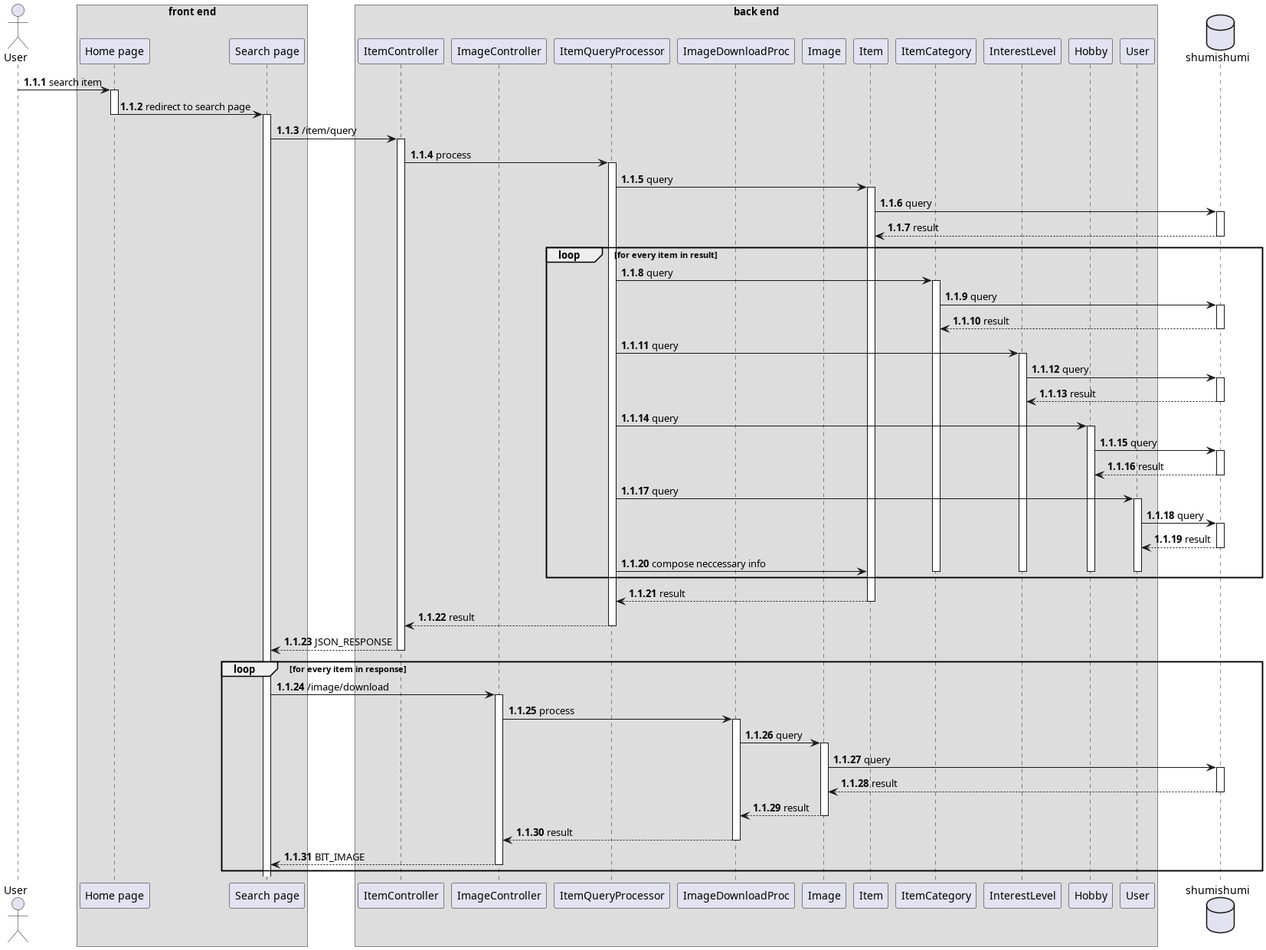
The PlantUML diagram thesis/latex/diagram/sequence diagram/9. search item/search item.png in aldihsuhandi/skripsi-2023, before a commit.
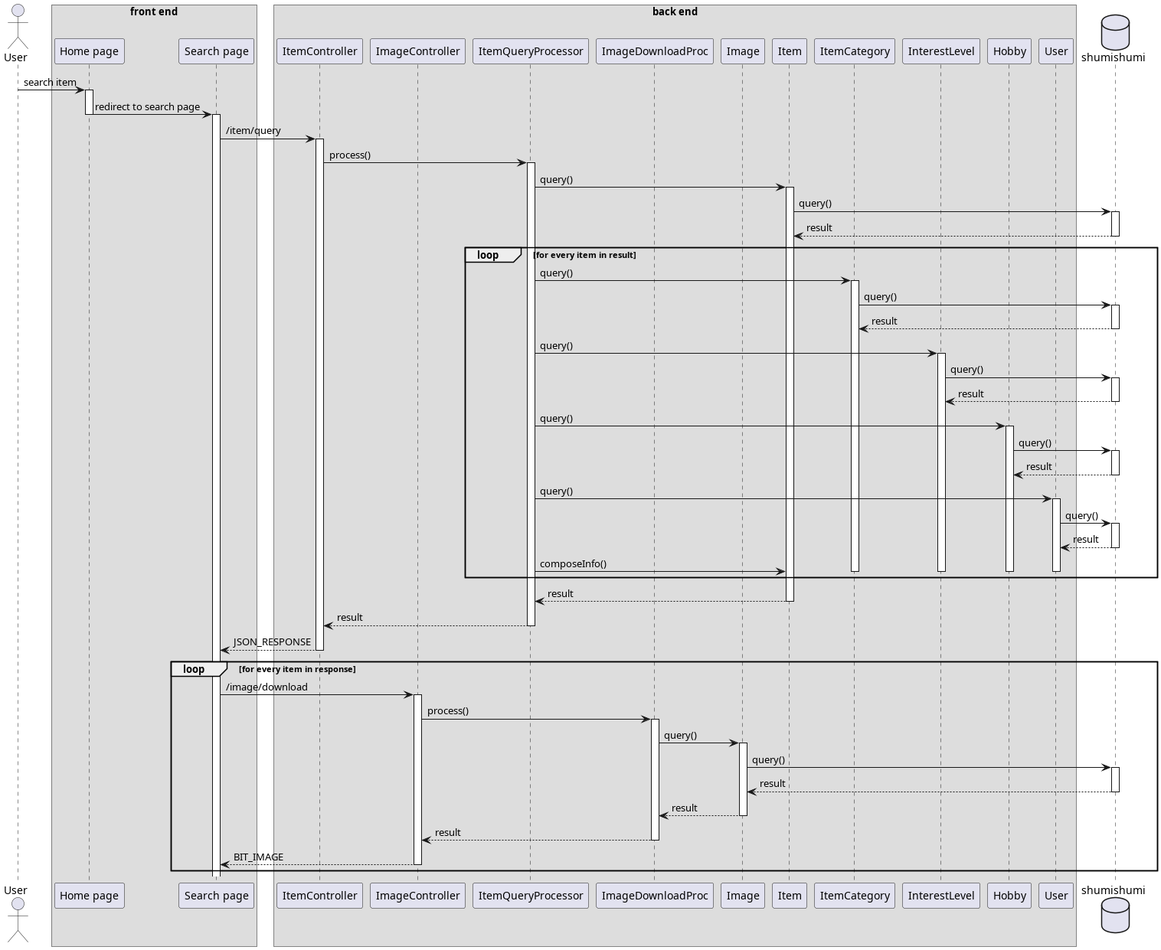
Later version of the same file.

Diff of the diagram source:
```diff
@@ -1,5 +1,4 @@
 @startuml search item
-autonumber 1.1.1
 
 actor User as u
 
@@ -29,28 +28,28 @@
 home -> search --++ : redirect to search page
 
 search -> ic++ : /item/query
-ic -> queryproc++: process
+ic -> queryproc++: process()
 
-queryproc -> im++ : query
-im -> db++ : query
+queryproc -> im++ : query()
+im -> db++ : query()
 return result
 loop for every item in result
-queryproc -> icm++ : query
-icm -> db++: query
+queryproc -> icm++ : query()
+icm -> db++: query()
 return result
 
-queryproc -> ilm++ : query
-ilm -> db++: query
+queryproc -> ilm++ : query()
+ilm -> db++: query()
 return result
 
-queryproc -> hm++ : query
-hm -> db++: query
+queryproc -> hm++ : query()
+hm -> db++: query()
 return result
-queryproc -> um++ : query
-um -> db++: query
+queryproc -> um++ : query()
+um -> db++: query()
 return result
 
-queryproc -> im : compose neccessary info
+queryproc -> im : composeInfo()
 deactivate um
 deactivate icm
 deactivate ilm
@@ -63,9 +62,9 @@
 
 loop for every item in response
     search -> imc++ : /image/download
-    imc -> downproc++ : process
-    downproc -> img++ : query
-    img -> db++ : query
+    imc -> downproc++ : process()
+    downproc -> img++ : query()
+    img -> db++ : query()
     return result
     return result
     return result
```
